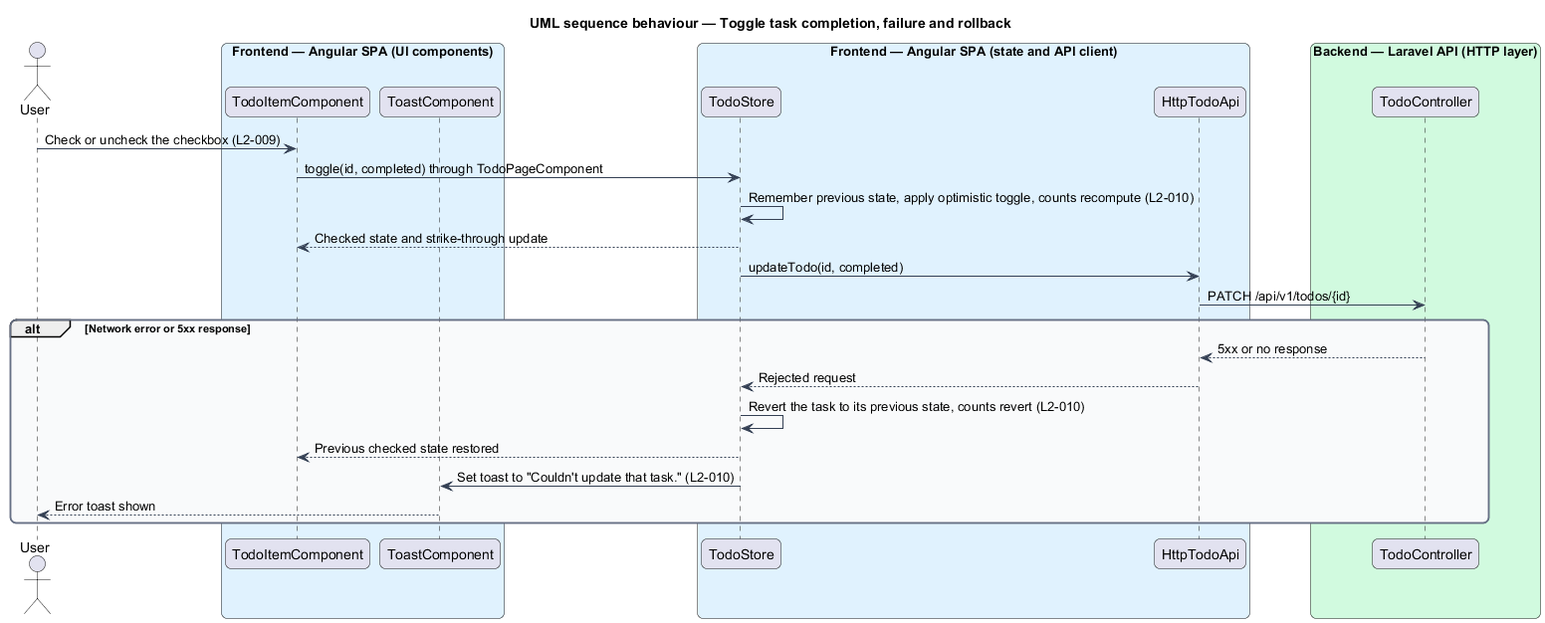
Before: docs/detailed-designs/task-completion/toggle-task-completion/diagrams/sequence-toggle-failure.png, a diagram exported from PlantUML (QuinntyneBrown/php-todo-lab). Its diagram source:
```plantuml
@startuml
title UML sequence behaviour — Toggle task completion, failure and rollback
skinparam backgroundColor #FFFFFF
skinparam shadowing false
skinparam roundcorner 12
skinparam defaultFontName Arial
skinparam ArrowColor #344054
skinparam rectangle {
  BorderColor #344054
  FontColor #101828
}
skinparam package {
  BorderColor #667085
  FontColor #101828
  BackgroundColor #F9FAFB
}
actor "User" as user
box "Frontend — Angular SPA (UI components)" #E0F2FE
  participant "TodoItemComponent" as item
  participant "ToastComponent" as toast
end box
box "Frontend — Angular SPA (state and API client)" #E0F2FE
  participant "TodoStore" as store
  participant "HttpTodoApi" as api
end box
box "Backend — Laravel API (HTTP layer)" #D1FADF
  participant "TodoController" as ctrl
end box
user -> item : Check or uncheck the checkbox (L2-009)
item -> store : toggle(id, completed) through TodoPageComponent
store -> store : Remember previous state, apply optimistic toggle, counts recompute (L2-010)
store --> item : Checked state and strike-through update
store -> api : updateTodo(id, completed)
api -> ctrl : PATCH /api/v1/todos/{id}
alt Network error or 5xx response
  ctrl --> api : 5xx or no response
  api --> store : Rejected request
  store -> store : Revert the task to its previous state, counts revert (L2-010)
  store --> item : Previous checked state restored
  store -> toast : Set toast to "Couldn't update that task." (L2-010)
  toast --> user : Error toast shown
end
@enduml
```
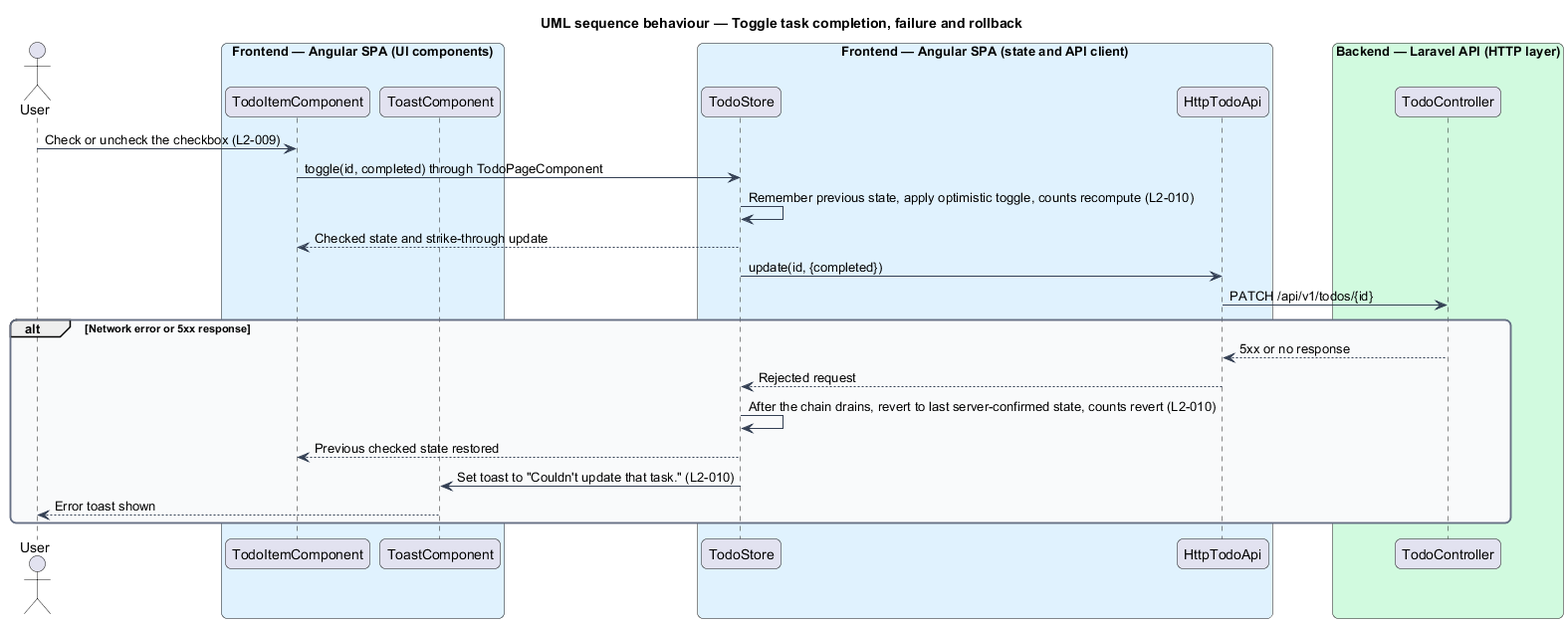
Later version of the same file.

Change to the diagram source:
```diff
@@ -30,12 +30,12 @@
 item -> store : toggle(id, completed) through TodoPageComponent
 store -> store : Remember previous state, apply optimistic toggle, counts recompute (L2-010)
 store --> item : Checked state and strike-through update
-store -> api : updateTodo(id, completed)
+store -> api : update(id, {completed})
 api -> ctrl : PATCH /api/v1/todos/{id}
 alt Network error or 5xx response
   ctrl --> api : 5xx or no response
   api --> store : Rejected request
-  store -> store : Revert the task to its previous state, counts revert (L2-010)
+  store -> store : After the chain drains, revert to last server-confirmed state, counts revert (L2-010)
   store --> item : Previous checked state restored
   store -> toast : Set toast to "Couldn't update that task." (L2-010)
   toast --> user : Error toast shown
```
